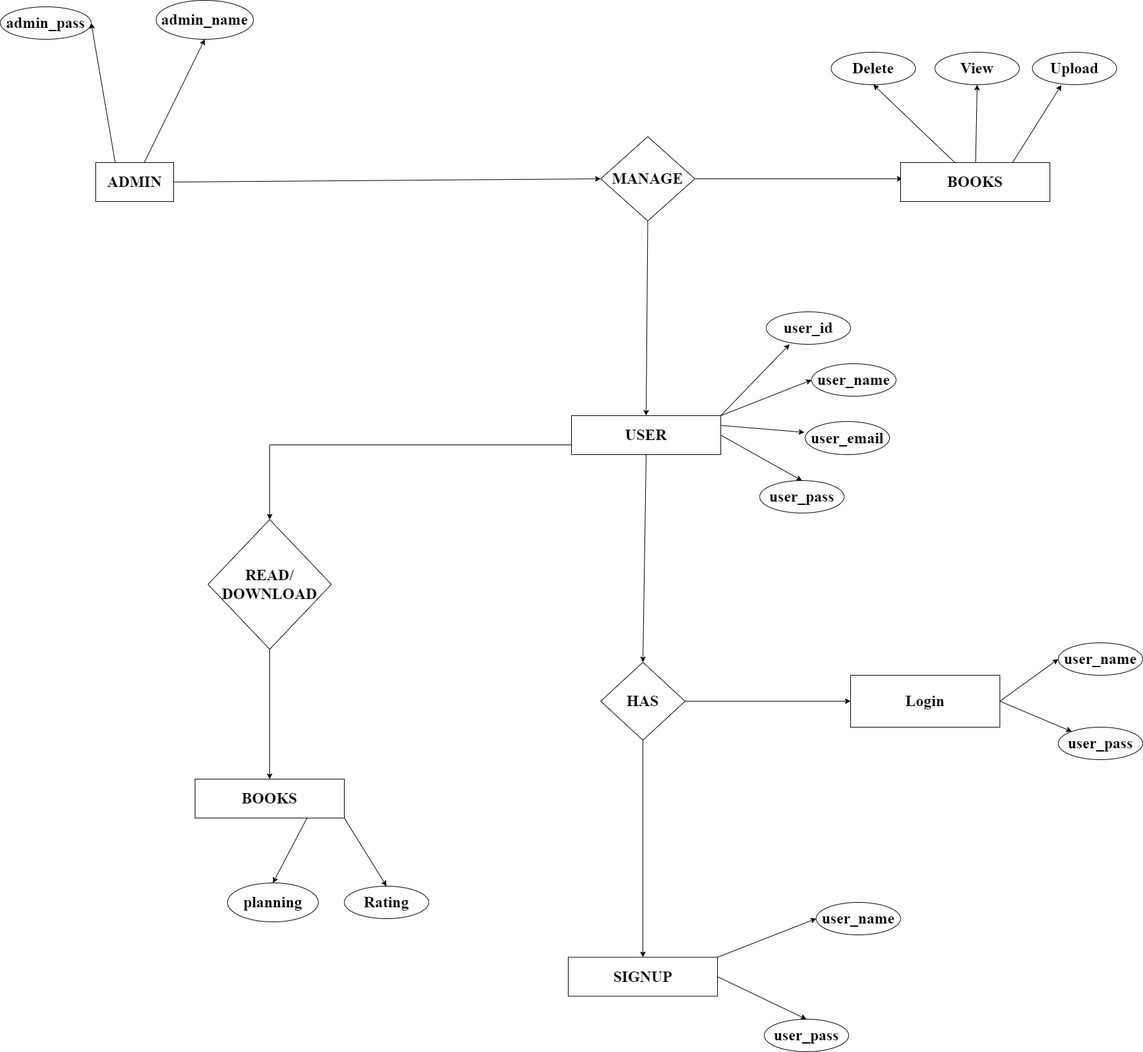
The draw.io diagram Diagrams/ER-Diagram.png in prathamjc/TY-project, before a commit. Source tidied: cells renumbered, new cells last; positions are measured from the earlier drawing's top-left corner, leaving out a move shared by most shapes.
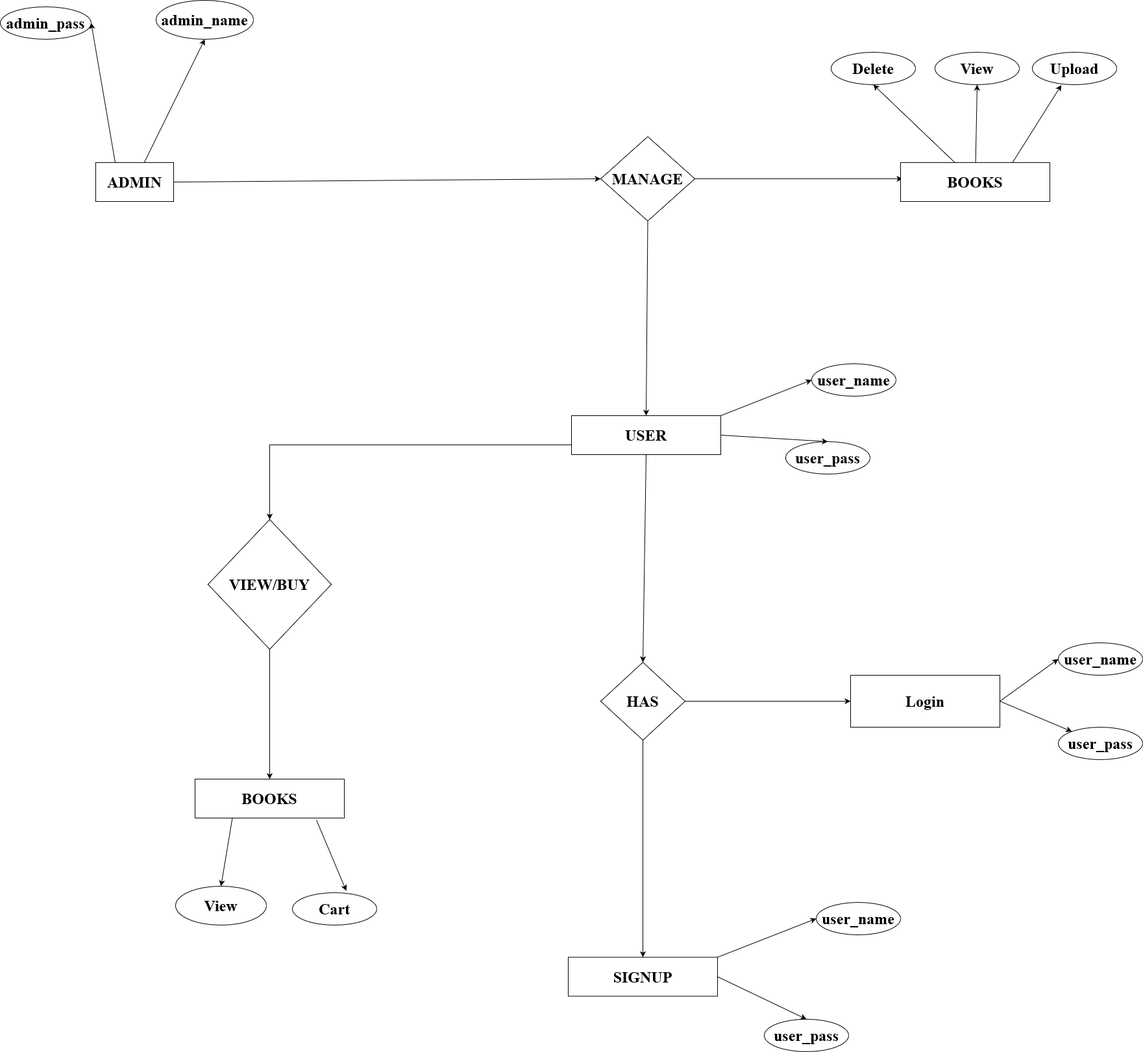
Later version of the same file.

Change to the diagram source:
```diff
@@ -33,20 +33,11 @@
     <mxCell id="10" style="endArrow=classic;html=1;rounded=0;fontFamily=Times New Roman;fontSize=24;exitX=1;exitY=0.5;exitDx=0;exitDy=0;entryX=0;entryY=0.5;entryDx=0;entryDy=0;labelBackgroundColor=none;fontColor=default;fontStyle=1;" parent="1" edge="1" source="2" target="5">
       <mxGeometry relative="1" as="geometry" />
     </mxCell>
-    <mxCell id="11" value="user_id" style="ellipse;whiteSpace=wrap;html=1;rounded=0;fontFamily=Times New Roman;fontSize=24;labelBackgroundColor=none;fontStyle=1;" parent="1" vertex="1">
-      <mxGeometry x="1180" y="480" width="130" height="50" as="geometry" />
-    </mxCell>
     <mxCell id="12" value="user_name" style="ellipse;whiteSpace=wrap;html=1;rounded=0;fontFamily=Times New Roman;fontSize=24;labelBackgroundColor=none;fontStyle=1;" parent="1" vertex="1">
       <mxGeometry x="1250" y="560" width="130" height="50" as="geometry" />
     </mxCell>
-    <mxCell id="13" value="user_email" style="ellipse;whiteSpace=wrap;html=1;rounded=0;fontFamily=Times New Roman;fontSize=24;labelBackgroundColor=none;fontStyle=1;" parent="1" vertex="1">
-      <mxGeometry x="1240" y="649" width="130" height="51" as="geometry" />
-    </mxCell>
-    <mxCell id="14" style="endArrow=classic;html=1;rounded=0;fontFamily=Times New Roman;fontSize=24;entryX=0.277;entryY=1;entryDx=0;entryDy=0;entryPerimeter=0;exitX=1;exitY=0;exitDx=0;exitDy=0;labelBackgroundColor=none;fontColor=default;fontStyle=1;" parent="1" edge="1" source="7" target="11">
-      <mxGeometry relative="1" as="geometry" />
-    </mxCell>
     <mxCell id="15" value="user_pass" style="ellipse;whiteSpace=wrap;html=1;rounded=0;fontFamily=Times New Roman;fontSize=24;labelBackgroundColor=none;fontStyle=1;" parent="1" vertex="1">
-      <mxGeometry x="1170" y="740" width="130" height="50" as="geometry" />
+      <mxGeometry x="1210" y="680" width="130" height="50" as="geometry" />
     </mxCell>
     <mxCell id="16" value="Login" style="rounded=0;whiteSpace=wrap;html=1;fontFamily=Times New Roman;fontSize=24;labelBackgroundColor=none;fontStyle=1;" parent="1" vertex="1">
       <mxGeometry x="1310" y="1040" width="230" height="80" as="geometry" />
@@ -66,9 +57,6 @@
     <mxCell id="21" style="endArrow=classic;html=1;rounded=0;fontFamily=Times New Roman;fontSize=24;entryX=0;entryY=0.5;entryDx=0;entryDy=0;exitX=1;exitY=0;exitDx=0;exitDy=0;labelBackgroundColor=none;fontColor=default;fontStyle=1;" parent="1" edge="1" source="7" target="12">
       <mxGeometry relative="1" as="geometry" />
     </mxCell>
-    <mxCell id="22" style="endArrow=classic;html=1;rounded=0;fontFamily=Times New Roman;fontSize=24;entryX=-0.009;entryY=0.328;entryDx=0;entryDy=0;exitX=1;exitY=0.25;exitDx=0;exitDy=0;entryPerimeter=0;labelBackgroundColor=none;fontColor=default;fontStyle=1;" parent="1" edge="1" source="7" target="13">
-      <mxGeometry relative="1" as="geometry" />
-    </mxCell>
     <mxCell id="23" style="endArrow=classic;html=1;rounded=0;fontFamily=Times New Roman;fontSize=24;entryX=0.5;entryY=0;entryDx=0;entryDy=0;exitX=1;exitY=0.5;exitDx=0;exitDy=0;labelBackgroundColor=none;fontColor=default;fontStyle=1;" parent="1" edge="1" source="7" target="15">
       <mxGeometry relative="1" as="geometry" />
     </mxCell>
@@ -90,7 +78,7 @@
     <mxCell id="29" style="endArrow=classic;html=1;rounded=0;fontFamily=Times New Roman;fontSize=24;exitX=1;exitY=0.5;exitDx=0;exitDy=0;labelBackgroundColor=none;fontColor=default;fontStyle=1;" parent="1" edge="1" source="16" target="27">
       <mxGeometry relative="1" as="geometry" />
     </mxCell>
-    <mxCell id="30" value="READ/&lt;br&gt;DOWNLOAD" style="rhombus;whiteSpace=wrap;html=1;rounded=0;fontFamily=Times New Roman;fontSize=24;labelBackgroundColor=none;fontStyle=1;" parent="1" vertex="1">
+    <mxCell id="30" value="VIEW/BUY" style="rhombus;whiteSpace=wrap;html=1;rounded=0;fontFamily=Times New Roman;fontSize=24;labelBackgroundColor=none;fontStyle=1;" parent="1" vertex="1">
       <mxGeometry x="320" y="800" width="190" height="200" as="geometry" />
     </mxCell>
     <mxCell id="31" value="BOOKS" style="rounded=0;whiteSpace=wrap;html=1;fontFamily=Times New Roman;fontSize=24;labelBackgroundColor=none;fontStyle=1;" parent="1" vertex="1">
@@ -102,16 +90,16 @@
     <mxCell id="33" style="endArrow=classic;html=1;rounded=0;fontFamily=Times New Roman;fontSize=24;exitX=0.5;exitY=1;exitDx=0;exitDy=0;entryX=0.5;entryY=0;entryDx=0;entryDy=0;labelBackgroundColor=none;fontColor=default;fontStyle=1;" parent="1" edge="1" source="30" target="32">
       <mxGeometry relative="1" as="geometry" />
     </mxCell>
-    <mxCell id="34" value="planning" style="ellipse;whiteSpace=wrap;html=1;rounded=0;fontFamily=Times New Roman;fontSize=24;labelBackgroundColor=none;fontStyle=1;" parent="1" vertex="1">
-      <mxGeometry x="350" y="1360" width="140" height="60" as="geometry" />
+    <mxCell id="34" value="View" style="ellipse;whiteSpace=wrap;html=1;rounded=0;fontFamily=Times New Roman;fontSize=24;labelBackgroundColor=none;fontStyle=1;" parent="1" vertex="1">
+      <mxGeometry x="270" y="1365" width="140" height="60" as="geometry" />
     </mxCell>
-    <mxCell id="35" value="Rating" style="ellipse;whiteSpace=wrap;html=1;rounded=0;fontFamily=Times New Roman;fontSize=24;labelBackgroundColor=none;fontStyle=1;" parent="1" vertex="1">
-      <mxGeometry x="530" y="1365" width="130" height="50" as="geometry" />
+    <mxCell id="35" value="Cart" style="ellipse;whiteSpace=wrap;html=1;rounded=0;fontFamily=Times New Roman;fontSize=24;labelBackgroundColor=none;fontStyle=1;" parent="1" vertex="1">
+      <mxGeometry x="450" y="1375" width="130" height="50" as="geometry" />
     </mxCell>
-    <mxCell id="36" style="endArrow=classic;html=1;rounded=0;fontFamily=Times New Roman;fontSize=24;exitX=0.75;exitY=1;exitDx=0;exitDy=0;entryX=0.5;entryY=0;entryDx=0;entryDy=0;labelBackgroundColor=none;fontColor=default;fontStyle=1;" parent="1" edge="1" source="32" target="34">
+    <mxCell id="36" style="endArrow=classic;html=1;rounded=0;fontFamily=Times New Roman;fontSize=24;exitX=0.25;exitY=1;exitDx=0;exitDy=0;entryX=0.5;entryY=0;entryDx=0;entryDy=0;labelBackgroundColor=none;fontColor=default;fontStyle=1;" parent="1" edge="1" source="32" target="34">
       <mxGeometry relative="1" as="geometry" />
     </mxCell>
-    <mxCell id="37" style="endArrow=classic;html=1;rounded=0;fontFamily=Times New Roman;fontSize=24;exitX=1;exitY=1;exitDx=0;exitDy=0;entryX=0.5;entryY=0;entryDx=0;entryDy=0;exitPerimeter=0;labelBackgroundColor=none;fontColor=default;fontStyle=1;" parent="1" edge="1" source="32" target="35">
+    <mxCell id="37" style="endArrow=classic;html=1;rounded=0;fontFamily=Times New Roman;fontSize=24;exitX=0.813;exitY=1.05;exitDx=0;exitDy=0;entryX=0.638;entryY=-0.06;entryDx=0;entryDy=0;exitPerimeter=0;labelBackgroundColor=none;fontColor=default;fontStyle=1;entryPerimeter=0;" parent="1" edge="1" source="32" target="35">
       <mxGeometry relative="1" as="geometry" />
     </mxCell>
     <mxCell id="38" value="Upload" style="ellipse;whiteSpace=wrap;html=1;rounded=0;fontFamily=Times New Roman;fontSize=24;labelBackgroundColor=none;fontStyle=1;" parent="1" vertex="1">
```
